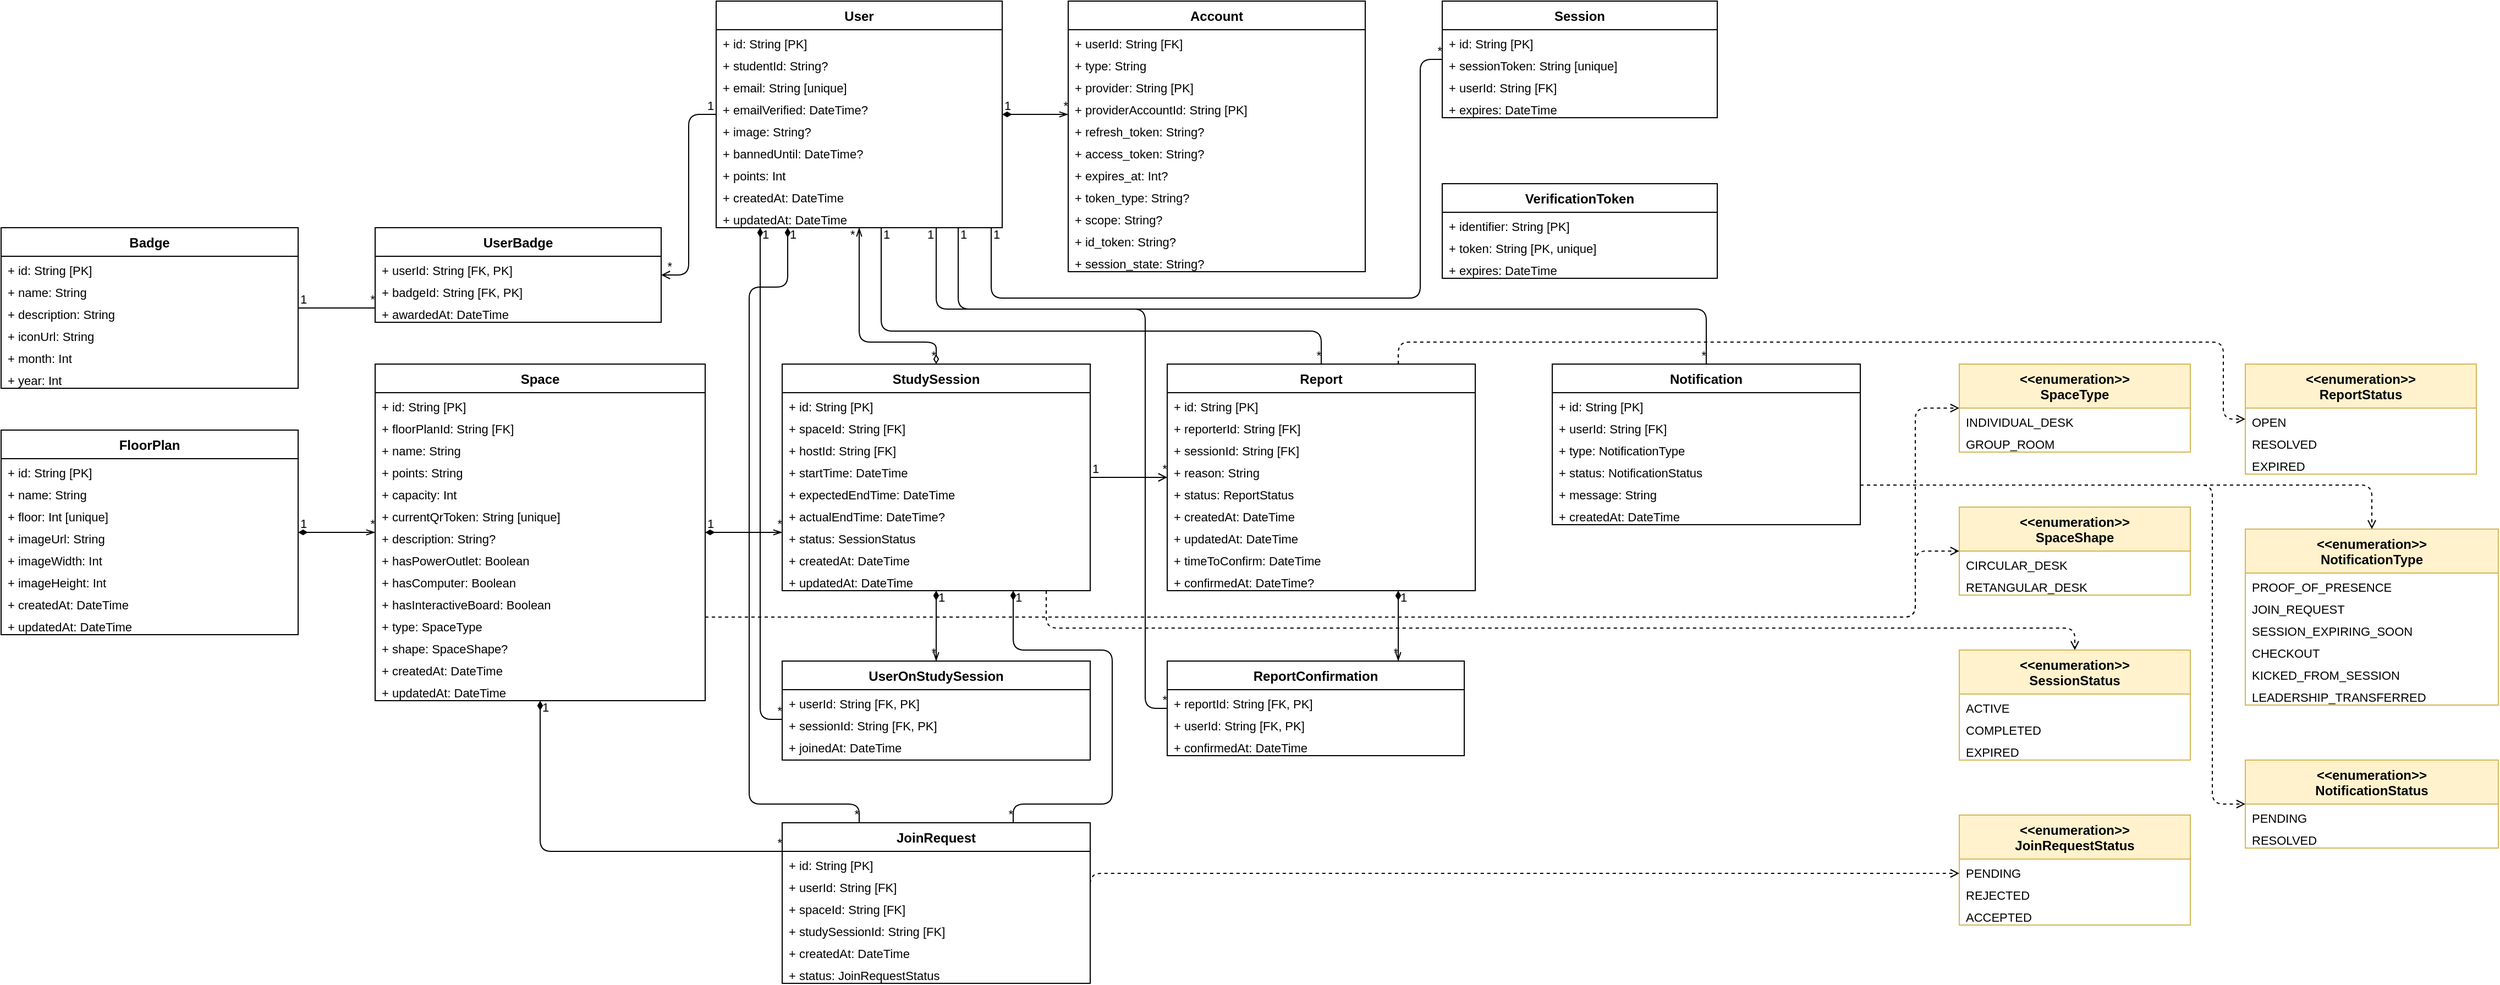
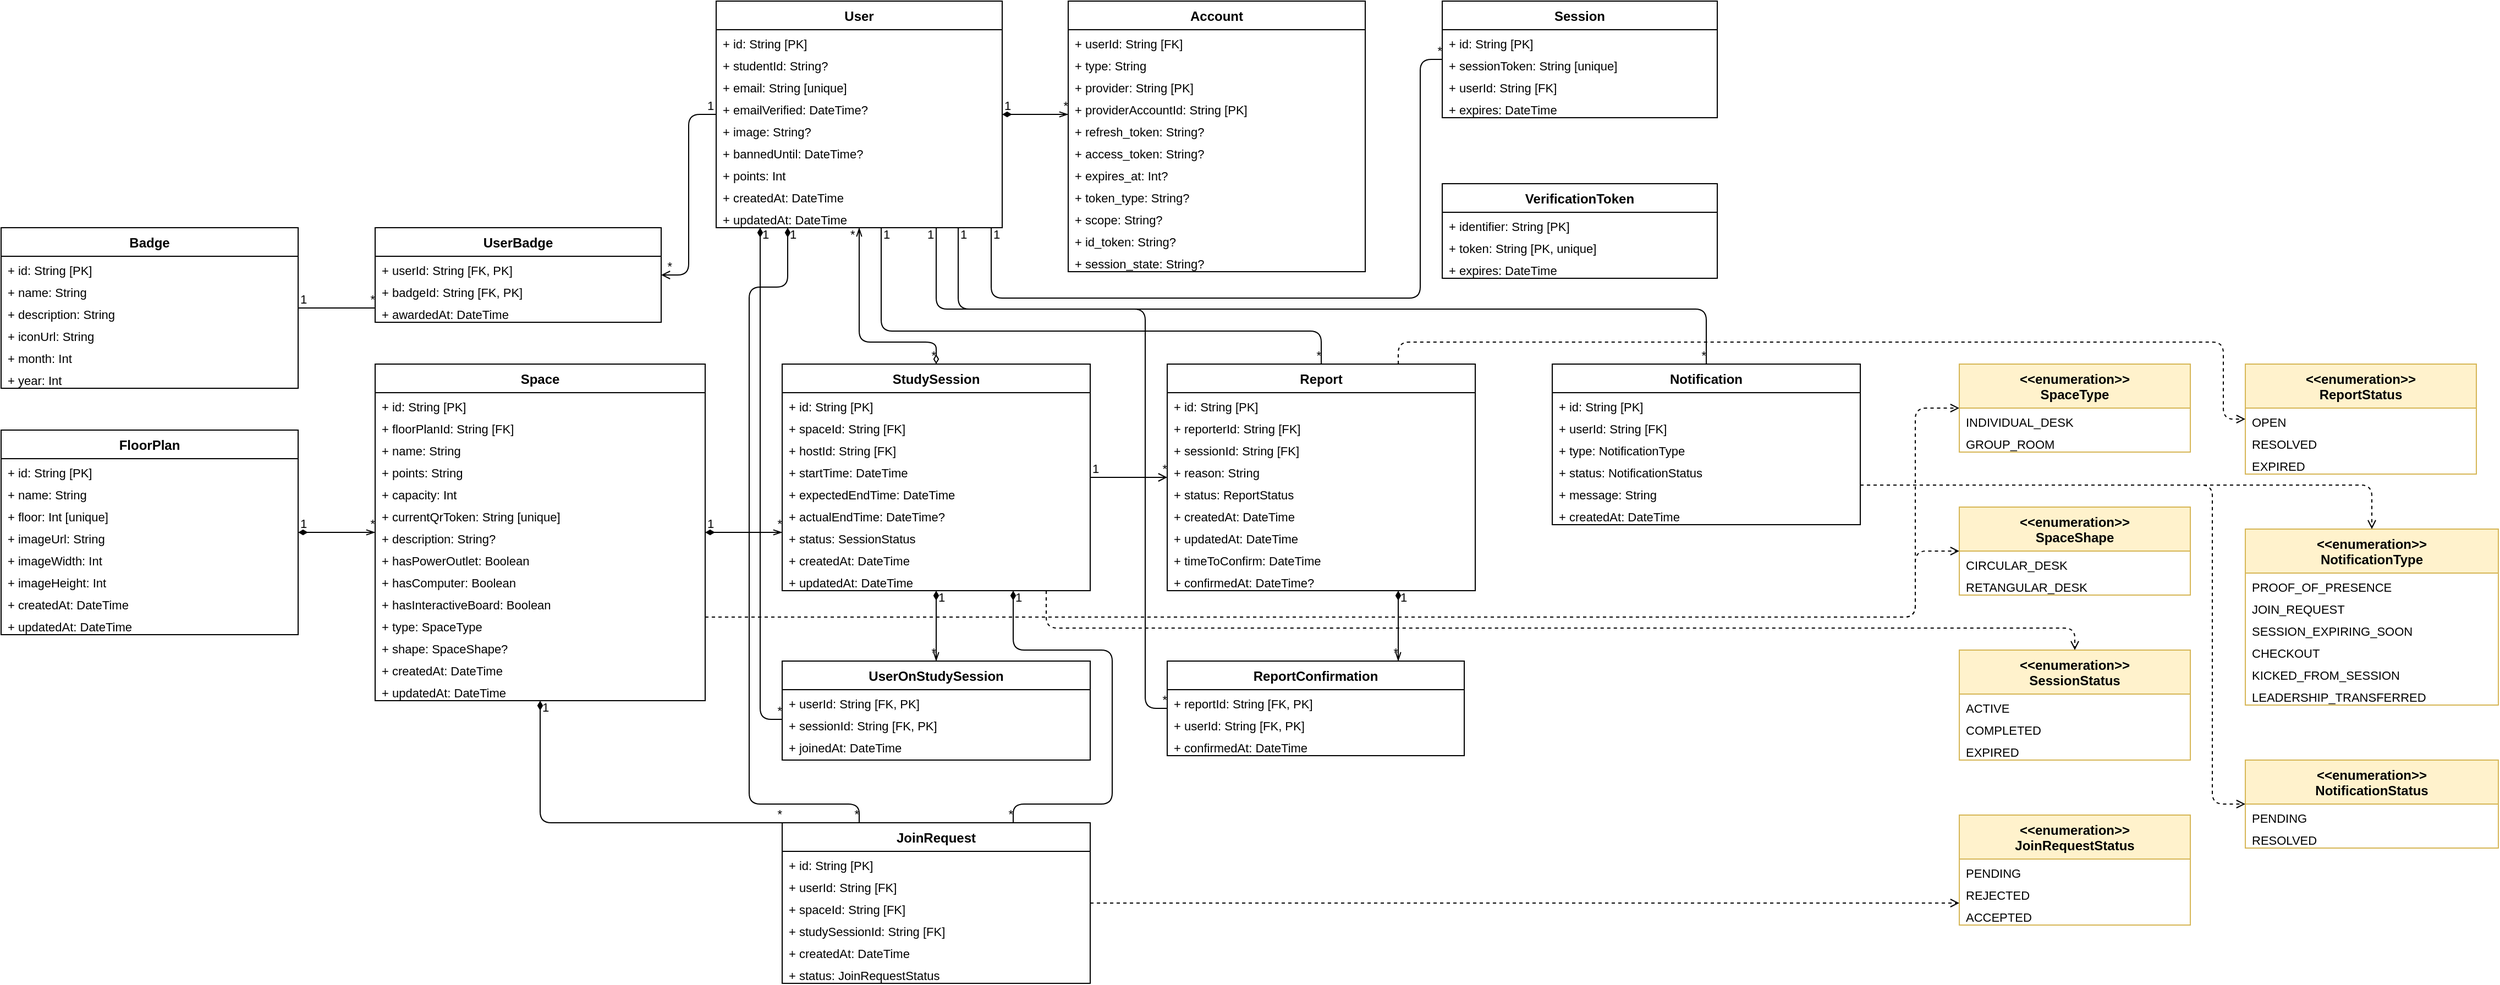
<mxfile host="65bd71144e">
    <diagram id="DdnBWMuHCvRa-rjZU-N_" name="Page-1">
-         <mxGraphModel dx="1542" dy="691" grid="1" gridSize="10" guides="1" tooltips="1" connect="1" arrows="1" fold="1" page="1" pageScale="1" pageWidth="2339" pageHeight="1654" math="0" shadow="0">
+         <mxGraphModel dx="1468" dy="691" grid="1" gridSize="10" guides="1" tooltips="1" connect="1" arrows="1" fold="1" page="1" pageScale="1" pageWidth="2339" pageHeight="1654" math="0" shadow="0">
            <root>
                <mxCell id="0"/>
                <mxCell id="1" parent="0"/>
                <mxCell id="768" value="User" style="swimlane;fontStyle=1;align=center;startSize=26;" parent="1" vertex="1">
                    <mxGeometry x="720" y="70" width="260" height="206" as="geometry"/>
                </mxCell>
                <mxCell id="769" value="+ id: String [PK]" style="text;strokeColor=none;fillColor=none;align=left;spacingLeft=4;fontSize=11;" parent="768" vertex="1">
                    <mxGeometry y="26" width="260" height="20" as="geometry"/>
                </mxCell>
                <mxCell id="770" value="+ studentId: String?" style="text;strokeColor=none;fillColor=none;align=left;spacingLeft=4;fontSize=11;" parent="768" vertex="1">
                    <mxGeometry y="46" width="260" height="20" as="geometry"/>
                </mxCell>
                <mxCell id="771" value="+ email: String [unique]" style="text;strokeColor=none;fillColor=none;align=left;spacingLeft=4;fontSize=11;" parent="768" vertex="1">
                    <mxGeometry y="66" width="260" height="20" as="geometry"/>
                </mxCell>
                <mxCell id="772" value="+ emailVerified: DateTime?" style="text;strokeColor=none;fillColor=none;align=left;spacingLeft=4;fontSize=11;" parent="768" vertex="1">
                    <mxGeometry y="86" width="260" height="20" as="geometry"/>
                </mxCell>
                <mxCell id="773" value="+ image: String?" style="text;strokeColor=none;fillColor=none;align=left;spacingLeft=4;fontSize=11;" parent="768" vertex="1">
                    <mxGeometry y="106" width="260" height="20" as="geometry"/>
                </mxCell>
                <mxCell id="774" value="+ bannedUntil: DateTime?" style="text;strokeColor=none;fillColor=none;align=left;spacingLeft=4;fontSize=11;" parent="768" vertex="1">
                    <mxGeometry y="126" width="260" height="20" as="geometry"/>
                </mxCell>
                <mxCell id="775" value="+ points: Int" style="text;strokeColor=none;fillColor=none;align=left;spacingLeft=4;fontSize=11;" parent="768" vertex="1">
                    <mxGeometry y="146" width="260" height="20" as="geometry"/>
                </mxCell>
                <mxCell id="776" value="+ createdAt: DateTime" style="text;strokeColor=none;fillColor=none;align=left;spacingLeft=4;fontSize=11;" parent="768" vertex="1">
                    <mxGeometry y="166" width="260" height="20" as="geometry"/>
                </mxCell>
                <mxCell id="777" value="+ updatedAt: DateTime" style="text;strokeColor=none;fillColor=none;align=left;spacingLeft=4;fontSize=11;" parent="768" vertex="1">
                    <mxGeometry y="186" width="260" height="20" as="geometry"/>
                </mxCell>
                <mxCell id="778" value="Account" style="swimlane;fontStyle=1;align=center;startSize=26;" parent="1" vertex="1">
                    <mxGeometry x="1040" y="70" width="270" height="246" as="geometry"/>
                </mxCell>
                <mxCell id="779" value="+ userId: String [FK]" style="text;strokeColor=none;fillColor=none;align=left;spacingLeft=4;fontSize=11;" parent="778" vertex="1">
                    <mxGeometry y="26" width="270" height="20" as="geometry"/>
                </mxCell>
                <mxCell id="780" value="+ type: String" style="text;strokeColor=none;fillColor=none;align=left;spacingLeft=4;fontSize=11;" parent="778" vertex="1">
                    <mxGeometry y="46" width="270" height="20" as="geometry"/>
                </mxCell>
                <mxCell id="781" value="+ provider: String [PK]" style="text;strokeColor=none;fillColor=none;align=left;spacingLeft=4;fontSize=11;" parent="778" vertex="1">
                    <mxGeometry y="66" width="270" height="20" as="geometry"/>
                </mxCell>
                <mxCell id="782" value="+ providerAccountId: String [PK]" style="text;strokeColor=none;fillColor=none;align=left;spacingLeft=4;fontSize=11;" parent="778" vertex="1">
                    <mxGeometry y="86" width="270" height="20" as="geometry"/>
                </mxCell>
                <mxCell id="783" value="+ refresh_token: String?" style="text;strokeColor=none;fillColor=none;align=left;spacingLeft=4;fontSize=11;" parent="778" vertex="1">
                    <mxGeometry y="106" width="270" height="20" as="geometry"/>
                </mxCell>
                <mxCell id="784" value="+ access_token: String?" style="text;strokeColor=none;fillColor=none;align=left;spacingLeft=4;fontSize=11;" parent="778" vertex="1">
                    <mxGeometry y="126" width="270" height="20" as="geometry"/>
                </mxCell>
                <mxCell id="785" value="+ expires_at: Int?" style="text;strokeColor=none;fillColor=none;align=left;spacingLeft=4;fontSize=11;" parent="778" vertex="1">
                    <mxGeometry y="146" width="270" height="20" as="geometry"/>
                </mxCell>
                <mxCell id="786" value="+ token_type: String?" style="text;strokeColor=none;fillColor=none;align=left;spacingLeft=4;fontSize=11;" parent="778" vertex="1">
                    <mxGeometry y="166" width="270" height="20" as="geometry"/>
                </mxCell>
                <mxCell id="787" value="+ scope: String?" style="text;strokeColor=none;fillColor=none;align=left;spacingLeft=4;fontSize=11;" parent="778" vertex="1">
                    <mxGeometry y="186" width="270" height="20" as="geometry"/>
                </mxCell>
                <mxCell id="788" value="+ id_token: String?" style="text;strokeColor=none;fillColor=none;align=left;spacingLeft=4;fontSize=11;" parent="778" vertex="1">
                    <mxGeometry y="206" width="270" height="20" as="geometry"/>
                </mxCell>
                <mxCell id="789" value="+ session_state: String?" style="text;strokeColor=none;fillColor=none;align=left;spacingLeft=4;fontSize=11;" parent="778" vertex="1">
                    <mxGeometry y="226" width="270" height="20" as="geometry"/>
                </mxCell>
                <mxCell id="790" value="Session" style="swimlane;fontStyle=1;align=center;startSize=26;" parent="1" vertex="1">
                    <mxGeometry x="1380" y="70" width="250" height="106" as="geometry"/>
                </mxCell>
                <mxCell id="791" value="+ id: String [PK]" style="text;strokeColor=none;fillColor=none;align=left;spacingLeft=4;fontSize=11;" parent="790" vertex="1">
                    <mxGeometry y="26" width="250" height="20" as="geometry"/>
                </mxCell>
                <mxCell id="792" value="+ sessionToken: String [unique]" style="text;strokeColor=none;fillColor=none;align=left;spacingLeft=4;fontSize=11;" parent="790" vertex="1">
                    <mxGeometry y="46" width="250" height="20" as="geometry"/>
                </mxCell>
                <mxCell id="793" value="+ userId: String [FK]" style="text;strokeColor=none;fillColor=none;align=left;spacingLeft=4;fontSize=11;" parent="790" vertex="1">
                    <mxGeometry y="66" width="250" height="20" as="geometry"/>
                </mxCell>
                <mxCell id="794" value="+ expires: DateTime" style="text;strokeColor=none;fillColor=none;align=left;spacingLeft=4;fontSize=11;" parent="790" vertex="1">
                    <mxGeometry y="86" width="250" height="20" as="geometry"/>
                </mxCell>
                <mxCell id="795" value="VerificationToken" style="swimlane;fontStyle=1;align=center;startSize=26;" parent="1" vertex="1">
                    <mxGeometry x="1380" y="236" width="250" height="86" as="geometry"/>
                </mxCell>
                <mxCell id="796" value="+ identifier: String [PK]" style="text;strokeColor=none;fillColor=none;align=left;spacingLeft=4;fontSize=11;" parent="795" vertex="1">
                    <mxGeometry y="26" width="250" height="20" as="geometry"/>
                </mxCell>
                <mxCell id="797" value="+ token: String [PK, unique]" style="text;strokeColor=none;fillColor=none;align=left;spacingLeft=4;fontSize=11;" parent="795" vertex="1">
                    <mxGeometry y="46" width="250" height="20" as="geometry"/>
                </mxCell>
                <mxCell id="798" value="+ expires: DateTime" style="text;strokeColor=none;fillColor=none;align=left;spacingLeft=4;fontSize=11;" parent="795" vertex="1">
                    <mxGeometry y="66" width="250" height="20" as="geometry"/>
                </mxCell>
                <mxCell id="799" value="FloorPlan" style="swimlane;fontStyle=1;align=center;startSize=26;" parent="1" vertex="1">
                    <mxGeometry x="70" y="460" width="270" height="186" as="geometry"/>
                </mxCell>
                <mxCell id="800" value="+ id: String [PK]" style="text;strokeColor=none;fillColor=none;align=left;spacingLeft=4;fontSize=11;" parent="799" vertex="1">
                    <mxGeometry y="26" width="270" height="20" as="geometry"/>
                </mxCell>
                <mxCell id="801" value="+ name: String" style="text;strokeColor=none;fillColor=none;align=left;spacingLeft=4;fontSize=11;" parent="799" vertex="1">
                    <mxGeometry y="46" width="270" height="20" as="geometry"/>
                </mxCell>
                <mxCell id="802" value="+ floor: Int [unique]" style="text;strokeColor=none;fillColor=none;align=left;spacingLeft=4;fontSize=11;" parent="799" vertex="1">
                    <mxGeometry y="66" width="270" height="20" as="geometry"/>
                </mxCell>
                <mxCell id="803" value="+ imageUrl: String" style="text;strokeColor=none;fillColor=none;align=left;spacingLeft=4;fontSize=11;" parent="799" vertex="1">
                    <mxGeometry y="86" width="270" height="20" as="geometry"/>
                </mxCell>
                <mxCell id="804" value="+ imageWidth: Int" style="text;strokeColor=none;fillColor=none;align=left;spacingLeft=4;fontSize=11;" parent="799" vertex="1">
                    <mxGeometry y="106" width="270" height="20" as="geometry"/>
                </mxCell>
                <mxCell id="805" value="+ imageHeight: Int" style="text;strokeColor=none;fillColor=none;align=left;spacingLeft=4;fontSize=11;" parent="799" vertex="1">
                    <mxGeometry y="126" width="270" height="20" as="geometry"/>
                </mxCell>
                <mxCell id="806" value="+ createdAt: DateTime" style="text;strokeColor=none;fillColor=none;align=left;spacingLeft=4;fontSize=11;" parent="799" vertex="1">
                    <mxGeometry y="146" width="270" height="20" as="geometry"/>
                </mxCell>
                <mxCell id="807" value="+ updatedAt: DateTime" style="text;strokeColor=none;fillColor=none;align=left;spacingLeft=4;fontSize=11;" parent="799" vertex="1">
                    <mxGeometry y="166" width="270" height="20" as="geometry"/>
                </mxCell>
                <mxCell id="808" value="Space" style="swimlane;fontStyle=1;align=center;startSize=26;" parent="1" vertex="1">
                    <mxGeometry x="410" y="400" width="300" height="306" as="geometry"/>
                </mxCell>
                <mxCell id="809" value="+ id: String [PK]" style="text;strokeColor=none;fillColor=none;align=left;spacingLeft=4;fontSize=11;" parent="808" vertex="1">
                    <mxGeometry y="26" width="300" height="20" as="geometry"/>
                </mxCell>
                <mxCell id="810" value="+ floorPlanId: String [FK]" style="text;strokeColor=none;fillColor=none;align=left;spacingLeft=4;fontSize=11;" parent="808" vertex="1">
                    <mxGeometry y="46" width="300" height="20" as="geometry"/>
                </mxCell>
                <mxCell id="811" value="+ name: String" style="text;strokeColor=none;fillColor=none;align=left;spacingLeft=4;fontSize=11;" parent="808" vertex="1">
                    <mxGeometry y="66" width="300" height="20" as="geometry"/>
                </mxCell>
                <mxCell id="812" value="+ points: String" style="text;strokeColor=none;fillColor=none;align=left;spacingLeft=4;fontSize=11;" parent="808" vertex="1">
                    <mxGeometry y="86" width="300" height="20" as="geometry"/>
                </mxCell>
                <mxCell id="813" value="+ capacity: Int" style="text;strokeColor=none;fillColor=none;align=left;spacingLeft=4;fontSize=11;" parent="808" vertex="1">
                    <mxGeometry y="106" width="300" height="20" as="geometry"/>
                </mxCell>
                <mxCell id="814" value="+ currentQrToken: String [unique]" style="text;strokeColor=none;fillColor=none;align=left;spacingLeft=4;fontSize=11;" parent="808" vertex="1">
                    <mxGeometry y="126" width="300" height="20" as="geometry"/>
                </mxCell>
                <mxCell id="815" value="+ description: String?" style="text;strokeColor=none;fillColor=none;align=left;spacingLeft=4;fontSize=11;" parent="808" vertex="1">
                    <mxGeometry y="146" width="300" height="20" as="geometry"/>
                </mxCell>
                <mxCell id="816" value="+ hasPowerOutlet: Boolean" style="text;strokeColor=none;fillColor=none;align=left;spacingLeft=4;fontSize=11;" parent="808" vertex="1">
                    <mxGeometry y="166" width="300" height="20" as="geometry"/>
                </mxCell>
                <mxCell id="817" value="+ hasComputer: Boolean" style="text;strokeColor=none;fillColor=none;align=left;spacingLeft=4;fontSize=11;" parent="808" vertex="1">
                    <mxGeometry y="186" width="300" height="20" as="geometry"/>
                </mxCell>
                <mxCell id="818" value="+ hasInteractiveBoard: Boolean" style="text;strokeColor=none;fillColor=none;align=left;spacingLeft=4;fontSize=11;" parent="808" vertex="1">
                    <mxGeometry y="206" width="300" height="20" as="geometry"/>
                </mxCell>
                <mxCell id="819" value="+ type: SpaceType" style="text;strokeColor=none;fillColor=none;align=left;spacingLeft=4;fontSize=11;" parent="808" vertex="1">
                    <mxGeometry y="226" width="300" height="20" as="geometry"/>
                </mxCell>
                <mxCell id="820" value="+ shape: SpaceShape?" style="text;strokeColor=none;fillColor=none;align=left;spacingLeft=4;fontSize=11;" parent="808" vertex="1">
                    <mxGeometry y="246" width="300" height="20" as="geometry"/>
                </mxCell>
                <mxCell id="821" value="+ createdAt: DateTime" style="text;strokeColor=none;fillColor=none;align=left;spacingLeft=4;fontSize=11;" parent="808" vertex="1">
                    <mxGeometry y="266" width="300" height="20" as="geometry"/>
                </mxCell>
                <mxCell id="822" value="+ updatedAt: DateTime" style="text;strokeColor=none;fillColor=none;align=left;spacingLeft=4;fontSize=11;" parent="808" vertex="1">
                    <mxGeometry y="286" width="300" height="20" as="geometry"/>
                </mxCell>
                <mxCell id="823" value="StudySession" style="swimlane;fontStyle=1;align=center;startSize=26;" parent="1" vertex="1">
                    <mxGeometry x="780" y="400" width="280" height="206" as="geometry"/>
                </mxCell>
                <mxCell id="824" value="+ id: String [PK]" style="text;strokeColor=none;fillColor=none;align=left;spacingLeft=4;fontSize=11;" parent="823" vertex="1">
                    <mxGeometry y="26" width="280" height="20" as="geometry"/>
                </mxCell>
                <mxCell id="825" value="+ spaceId: String [FK]" style="text;strokeColor=none;fillColor=none;align=left;spacingLeft=4;fontSize=11;" parent="823" vertex="1">
                    <mxGeometry y="46" width="280" height="20" as="geometry"/>
                </mxCell>
                <mxCell id="826" value="+ hostId: String [FK]" style="text;strokeColor=none;fillColor=none;align=left;spacingLeft=4;fontSize=11;" parent="823" vertex="1">
                    <mxGeometry y="66" width="280" height="20" as="geometry"/>
                </mxCell>
                <mxCell id="827" value="+ startTime: DateTime" style="text;strokeColor=none;fillColor=none;align=left;spacingLeft=4;fontSize=11;" parent="823" vertex="1">
                    <mxGeometry y="86" width="280" height="20" as="geometry"/>
                </mxCell>
                <mxCell id="828" value="+ expectedEndTime: DateTime" style="text;strokeColor=none;fillColor=none;align=left;spacingLeft=4;fontSize=11;" parent="823" vertex="1">
                    <mxGeometry y="106" width="280" height="20" as="geometry"/>
                </mxCell>
                <mxCell id="829" value="+ actualEndTime: DateTime?" style="text;strokeColor=none;fillColor=none;align=left;spacingLeft=4;fontSize=11;" parent="823" vertex="1">
                    <mxGeometry y="126" width="280" height="20" as="geometry"/>
                </mxCell>
                <mxCell id="830" value="+ status: SessionStatus" style="text;strokeColor=none;fillColor=none;align=left;spacingLeft=4;fontSize=11;" parent="823" vertex="1">
                    <mxGeometry y="146" width="280" height="20" as="geometry"/>
                </mxCell>
                <mxCell id="831" value="+ createdAt: DateTime" style="text;strokeColor=none;fillColor=none;align=left;spacingLeft=4;fontSize=11;" parent="823" vertex="1">
                    <mxGeometry y="166" width="280" height="20" as="geometry"/>
                </mxCell>
                <mxCell id="832" value="+ updatedAt: DateTime" style="text;strokeColor=none;fillColor=none;align=left;spacingLeft=4;fontSize=11;" parent="823" vertex="1">
                    <mxGeometry y="186" width="280" height="20" as="geometry"/>
                </mxCell>
                <mxCell id="833" value="UserOnStudySession" style="swimlane;fontStyle=1;align=center;startSize=26;" parent="1" vertex="1">
                    <mxGeometry x="780" y="670" width="280" height="90" as="geometry"/>
                </mxCell>
                <mxCell id="834" value="+ userId: String [FK, PK]" style="text;strokeColor=none;fillColor=none;align=left;spacingLeft=4;fontSize=11;" parent="833" vertex="1">
                    <mxGeometry y="26" width="280" height="20" as="geometry"/>
                </mxCell>
                <mxCell id="835" value="+ sessionId: String [FK, PK]" style="text;strokeColor=none;fillColor=none;align=left;spacingLeft=4;fontSize=11;" parent="833" vertex="1">
                    <mxGeometry y="46" width="280" height="20" as="geometry"/>
                </mxCell>
                <mxCell id="837" value="+ joinedAt: DateTime" style="text;strokeColor=none;fillColor=none;align=left;spacingLeft=4;fontSize=11;" parent="833" vertex="1">
                    <mxGeometry y="66" width="280" height="20" as="geometry"/>
                </mxCell>
                <mxCell id="838" value="Report" style="swimlane;fontStyle=1;align=center;startSize=26;" parent="1" vertex="1">
                    <mxGeometry x="1130" y="400" width="280" height="206" as="geometry"/>
                </mxCell>
                <mxCell id="839" value="+ id: String [PK]" style="text;strokeColor=none;fillColor=none;align=left;spacingLeft=4;fontSize=11;" parent="838" vertex="1">
                    <mxGeometry y="26" width="280" height="20" as="geometry"/>
                </mxCell>
                <mxCell id="840" value="+ reporterId: String [FK]" style="text;strokeColor=none;fillColor=none;align=left;spacingLeft=4;fontSize=11;" parent="838" vertex="1">
                    <mxGeometry y="46" width="280" height="20" as="geometry"/>
                </mxCell>
                <mxCell id="841" value="+ sessionId: String [FK]" style="text;strokeColor=none;fillColor=none;align=left;spacingLeft=4;fontSize=11;" parent="838" vertex="1">
                    <mxGeometry y="66" width="280" height="20" as="geometry"/>
                </mxCell>
                <mxCell id="842" value="+ reason: String" style="text;strokeColor=none;fillColor=none;align=left;spacingLeft=4;fontSize=11;" parent="838" vertex="1">
                    <mxGeometry y="86" width="280" height="20" as="geometry"/>
                </mxCell>
                <mxCell id="843" value="+ status: ReportStatus" style="text;strokeColor=none;fillColor=none;align=left;spacingLeft=4;fontSize=11;" parent="838" vertex="1">
                    <mxGeometry y="106" width="280" height="20" as="geometry"/>
                </mxCell>
                <mxCell id="844" value="+ createdAt: DateTime" style="text;strokeColor=none;fillColor=none;align=left;spacingLeft=4;fontSize=11;" parent="838" vertex="1">
                    <mxGeometry y="126" width="280" height="20" as="geometry"/>
                </mxCell>
                <mxCell id="845" value="+ updatedAt: DateTime" style="text;strokeColor=none;fillColor=none;align=left;spacingLeft=4;fontSize=11;" parent="838" vertex="1">
                    <mxGeometry y="146" width="280" height="20" as="geometry"/>
                </mxCell>
                <mxCell id="846" value="+ timeToConfirm: DateTime" style="text;strokeColor=none;fillColor=none;align=left;spacingLeft=4;fontSize=11;" parent="838" vertex="1">
                    <mxGeometry y="166" width="280" height="20" as="geometry"/>
                </mxCell>
                <mxCell id="847" value="+ confirmedAt: DateTime?" style="text;strokeColor=none;fillColor=none;align=left;spacingLeft=4;fontSize=11;" parent="838" vertex="1">
                    <mxGeometry y="186" width="280" height="20" as="geometry"/>
                </mxCell>
                <mxCell id="848" value="ReportConfirmation" style="swimlane;fontStyle=1;align=center;startSize=26;" parent="1" vertex="1">
                    <mxGeometry x="1130" y="670" width="270" height="86" as="geometry"/>
                </mxCell>
                <mxCell id="849" value="+ reportId: String [FK, PK]" style="text;strokeColor=none;fillColor=none;align=left;spacingLeft=4;fontSize=11;" parent="848" vertex="1">
                    <mxGeometry y="26" width="270" height="20" as="geometry"/>
                </mxCell>
                <mxCell id="850" value="+ userId: String [FK, PK]" style="text;strokeColor=none;fillColor=none;align=left;spacingLeft=4;fontSize=11;" parent="848" vertex="1">
                    <mxGeometry y="46" width="270" height="20" as="geometry"/>
                </mxCell>
                <mxCell id="851" value="+ confirmedAt: DateTime" style="text;strokeColor=none;fillColor=none;align=left;spacingLeft=4;fontSize=11;" parent="848" vertex="1">
                    <mxGeometry y="66" width="270" height="20" as="geometry"/>
                </mxCell>
                <mxCell id="852" value="Notification" style="swimlane;fontStyle=1;align=center;startSize=26;" parent="1" vertex="1">
                    <mxGeometry x="1480" y="400" width="280" height="146" as="geometry"/>
                </mxCell>
                <mxCell id="853" value="+ id: String [PK]" style="text;strokeColor=none;fillColor=none;align=left;spacingLeft=4;fontSize=11;" parent="852" vertex="1">
                    <mxGeometry y="26" width="280" height="20" as="geometry"/>
                </mxCell>
                <mxCell id="854" value="+ userId: String [FK]" style="text;strokeColor=none;fillColor=none;align=left;spacingLeft=4;fontSize=11;" parent="852" vertex="1">
                    <mxGeometry y="46" width="280" height="20" as="geometry"/>
                </mxCell>
                <mxCell id="855" value="+ type: NotificationType" style="text;strokeColor=none;fillColor=none;align=left;spacingLeft=4;fontSize=11;" parent="852" vertex="1">
                    <mxGeometry y="66" width="280" height="20" as="geometry"/>
                </mxCell>
                <mxCell id="856" value="+ status: NotificationStatus" style="text;strokeColor=none;fillColor=none;align=left;spacingLeft=4;fontSize=11;" parent="852" vertex="1">
                    <mxGeometry y="86" width="280" height="20" as="geometry"/>
                </mxCell>
                <mxCell id="857" value="+ message: String" style="text;strokeColor=none;fillColor=none;align=left;spacingLeft=4;fontSize=11;" parent="852" vertex="1">
                    <mxGeometry y="106" width="280" height="20" as="geometry"/>
                </mxCell>
                <mxCell id="858" value="+ createdAt: DateTime" style="text;strokeColor=none;fillColor=none;align=left;spacingLeft=4;fontSize=11;" parent="852" vertex="1">
                    <mxGeometry y="126" width="280" height="20" as="geometry"/>
                </mxCell>
                <mxCell id="859" value="Badge" style="swimlane;fontStyle=1;align=center;startSize=26;" parent="1" vertex="1">
                    <mxGeometry x="70" y="276" width="270" height="146" as="geometry"/>
                </mxCell>
                <mxCell id="860" value="+ id: String [PK]" style="text;strokeColor=none;fillColor=none;align=left;spacingLeft=4;fontSize=11;" parent="859" vertex="1">
                    <mxGeometry y="26" width="270" height="20" as="geometry"/>
                </mxCell>
                <mxCell id="861" value="+ name: String" style="text;strokeColor=none;fillColor=none;align=left;spacingLeft=4;fontSize=11;" parent="859" vertex="1">
                    <mxGeometry y="46" width="270" height="20" as="geometry"/>
                </mxCell>
                <mxCell id="862" value="+ description: String" style="text;strokeColor=none;fillColor=none;align=left;spacingLeft=4;fontSize=11;" parent="859" vertex="1">
                    <mxGeometry y="66" width="270" height="20" as="geometry"/>
                </mxCell>
                <mxCell id="863" value="+ iconUrl: String" style="text;strokeColor=none;fillColor=none;align=left;spacingLeft=4;fontSize=11;" parent="859" vertex="1">
                    <mxGeometry y="86" width="270" height="20" as="geometry"/>
                </mxCell>
                <mxCell id="864" value="+ month: Int" style="text;strokeColor=none;fillColor=none;align=left;spacingLeft=4;fontSize=11;" parent="859" vertex="1">
                    <mxGeometry y="106" width="270" height="20" as="geometry"/>
                </mxCell>
                <mxCell id="865" value="+ year: Int" style="text;strokeColor=none;fillColor=none;align=left;spacingLeft=4;fontSize=11;" parent="859" vertex="1">
                    <mxGeometry y="126" width="270" height="20" as="geometry"/>
                </mxCell>
                <mxCell id="866" value="UserBadge" style="swimlane;fontStyle=1;align=center;startSize=26;" parent="1" vertex="1">
                    <mxGeometry x="410" y="276" width="260" height="86" as="geometry"/>
                </mxCell>
                <mxCell id="867" value="+ userId: String [FK, PK]" style="text;strokeColor=none;fillColor=none;align=left;spacingLeft=4;fontSize=11;" parent="866" vertex="1">
                    <mxGeometry y="26" width="260" height="20" as="geometry"/>
                </mxCell>
                <mxCell id="868" value="+ badgeId: String [FK, PK]" style="text;strokeColor=none;fillColor=none;align=left;spacingLeft=4;fontSize=11;" parent="866" vertex="1">
                    <mxGeometry y="46" width="260" height="20" as="geometry"/>
                </mxCell>
                <mxCell id="869" value="+ awardedAt: DateTime" style="text;strokeColor=none;fillColor=none;align=left;spacingLeft=4;fontSize=11;" parent="866" vertex="1">
                    <mxGeometry y="66" width="260" height="20" as="geometry"/>
                </mxCell>
                <mxCell id="870" value="&lt;&lt;enumeration&gt;&gt;&#xa;SpaceType" style="swimlane;fontStyle=1;align=center;startSize=40;fillColor=#fff2cc;strokeColor=#d6b656;" parent="1" vertex="1">
                    <mxGeometry x="1850" y="400" width="210" height="80" as="geometry"/>
                </mxCell>
                <mxCell id="871" value="INDIVIDUAL_DESK" style="text;strokeColor=none;fillColor=none;align=left;spacingLeft=4;fontSize=11;" parent="870" vertex="1">
                    <mxGeometry y="40" width="210" height="20" as="geometry"/>
                </mxCell>
                <mxCell id="872" value="GROUP_ROOM" style="text;strokeColor=none;fillColor=none;align=left;spacingLeft=4;fontSize=11;" parent="870" vertex="1">
                    <mxGeometry y="60" width="210" height="20" as="geometry"/>
                </mxCell>
                <mxCell id="873" value="&lt;&lt;enumeration&gt;&gt;&#xa;SpaceShape" style="swimlane;fontStyle=1;align=center;startSize=40;fillColor=#fff2cc;strokeColor=#d6b656;" parent="1" vertex="1">
                    <mxGeometry x="1850" y="530" width="210" height="80" as="geometry"/>
                </mxCell>
                <mxCell id="874" value="CIRCULAR_DESK" style="text;strokeColor=none;fillColor=none;align=left;spacingLeft=4;fontSize=11;" parent="873" vertex="1">
                    <mxGeometry y="40" width="210" height="20" as="geometry"/>
                </mxCell>
                <mxCell id="875" value="RETANGULAR_DESK" style="text;strokeColor=none;fillColor=none;align=left;spacingLeft=4;fontSize=11;" parent="873" vertex="1">
                    <mxGeometry y="60" width="210" height="20" as="geometry"/>
                </mxCell>
                <mxCell id="876" value="&lt;&lt;enumeration&gt;&gt;&#xa;SessionStatus" style="swimlane;fontStyle=1;align=center;startSize=40;fillColor=#fff2cc;strokeColor=#d6b656;" parent="1" vertex="1">
                    <mxGeometry x="1850" y="660" width="210" height="100" as="geometry"/>
                </mxCell>
                <mxCell id="877" value="ACTIVE" style="text;strokeColor=none;fillColor=none;align=left;spacingLeft=4;fontSize=11;" parent="876" vertex="1">
                    <mxGeometry y="40" width="210" height="20" as="geometry"/>
                </mxCell>
                <mxCell id="878" value="COMPLETED" style="text;strokeColor=none;fillColor=none;align=left;spacingLeft=4;fontSize=11;" parent="876" vertex="1">
                    <mxGeometry y="60" width="210" height="20" as="geometry"/>
                </mxCell>
                <mxCell id="879" value="EXPIRED" style="text;strokeColor=none;fillColor=none;align=left;spacingLeft=4;fontSize=11;" parent="876" vertex="1">
                    <mxGeometry y="80" width="210" height="20" as="geometry"/>
                </mxCell>
                <mxCell id="880" value="&lt;&lt;enumeration&gt;&gt;&#xa;JoinRequestStatus" style="swimlane;fontStyle=1;align=center;startSize=40;fillColor=#fff2cc;strokeColor=#d6b656;" parent="1" vertex="1">
                    <mxGeometry x="1850" y="810" width="210" height="100" as="geometry"/>
                </mxCell>
                <mxCell id="883" value="REJECTED" style="text;strokeColor=none;fillColor=none;align=left;spacingLeft=4;fontSize=11;" parent="880" vertex="1">
                    <mxGeometry y="60" width="210" height="20" as="geometry"/>
                </mxCell>
                <mxCell id="882" value="PENDING" style="text;strokeColor=none;fillColor=none;align=left;spacingLeft=4;fontSize=11;" parent="880" vertex="1">
                    <mxGeometry y="40" width="210" height="20" as="geometry"/>
                </mxCell>
                <mxCell id="881" value="ACCEPTED" style="text;strokeColor=none;fillColor=none;align=left;spacingLeft=4;fontSize=11;" parent="880" vertex="1">
                    <mxGeometry y="80" width="210" height="20" as="geometry"/>
                </mxCell>
                <mxCell id="884" value="&lt;&lt;enumeration&gt;&gt;&#xa;ReportStatus" style="swimlane;fontStyle=1;align=center;startSize=40;fillColor=#fff2cc;strokeColor=#d6b656;" parent="1" vertex="1">
                    <mxGeometry x="2110" y="400" width="210" height="100" as="geometry"/>
                </mxCell>
                <mxCell id="885" value="OPEN" style="text;strokeColor=none;fillColor=none;align=left;spacingLeft=4;fontSize=11;" parent="884" vertex="1">
                    <mxGeometry y="40" width="210" height="20" as="geometry"/>
                </mxCell>
                <mxCell id="886" value="RESOLVED" style="text;strokeColor=none;fillColor=none;align=left;spacingLeft=4;fontSize=11;" parent="884" vertex="1">
                    <mxGeometry y="60" width="210" height="20" as="geometry"/>
                </mxCell>
                <mxCell id="887" value="EXPIRED" style="text;strokeColor=none;fillColor=none;align=left;spacingLeft=4;fontSize=11;" parent="884" vertex="1">
                    <mxGeometry y="80" width="210" height="20" as="geometry"/>
                </mxCell>
                <mxCell id="888" value="&lt;&lt;enumeration&gt;&gt;&#xa;NotificationType" style="swimlane;fontStyle=1;align=center;startSize=40;fillColor=#fff2cc;strokeColor=#d6b656;" parent="1" vertex="1">
                    <mxGeometry x="2110" y="550" width="230" height="160" as="geometry"/>
                </mxCell>
                <mxCell id="889" value="PROOF_OF_PRESENCE" style="text;strokeColor=none;fillColor=none;align=left;spacingLeft=4;fontSize=11;" parent="888" vertex="1">
                    <mxGeometry y="40" width="230" height="20" as="geometry"/>
                </mxCell>
                <mxCell id="890" value="JOIN_REQUEST" style="text;strokeColor=none;fillColor=none;align=left;spacingLeft=4;fontSize=11;" parent="888" vertex="1">
                    <mxGeometry y="60" width="230" height="20" as="geometry"/>
                </mxCell>
                <mxCell id="891" value="SESSION_EXPIRING_SOON" style="text;strokeColor=none;fillColor=none;align=left;spacingLeft=4;fontSize=11;" parent="888" vertex="1">
                    <mxGeometry y="80" width="230" height="20" as="geometry"/>
                </mxCell>
                <mxCell id="892" value="CHECKOUT" style="text;strokeColor=none;fillColor=none;align=left;spacingLeft=4;fontSize=11;" parent="888" vertex="1">
                    <mxGeometry y="100" width="230" height="20" as="geometry"/>
                </mxCell>
                <mxCell id="893" value="KICKED_FROM_SESSION" style="text;strokeColor=none;fillColor=none;align=left;spacingLeft=4;fontSize=11;" parent="888" vertex="1">
                    <mxGeometry y="120" width="230" height="20" as="geometry"/>
                </mxCell>
                <mxCell id="894" value="LEADERSHIP_TRANSFERRED" style="text;strokeColor=none;fillColor=none;align=left;spacingLeft=4;fontSize=11;" parent="888" vertex="1">
                    <mxGeometry y="140" width="230" height="20" as="geometry"/>
                </mxCell>
                <mxCell id="895" value="&lt;&lt;enumeration&gt;&gt;&#xa;NotificationStatus" style="swimlane;fontStyle=1;align=center;startSize=40;fillColor=#fff2cc;strokeColor=#d6b656;" parent="1" vertex="1">
                    <mxGeometry x="2110" y="760" width="230" height="80" as="geometry"/>
                </mxCell>
                <mxCell id="896" value="PENDING" style="text;strokeColor=none;fillColor=none;align=left;spacingLeft=4;fontSize=11;" parent="895" vertex="1">
                    <mxGeometry y="40" width="230" height="20" as="geometry"/>
                </mxCell>
                <mxCell id="897" value="RESOLVED" style="text;strokeColor=none;fillColor=none;align=left;spacingLeft=4;fontSize=11;" parent="895" vertex="1">
                    <mxGeometry y="60" width="230" height="20" as="geometry"/>
                </mxCell>
                <mxCell id="898" value="" style="edgeStyle=orthogonalEdgeStyle;endArrow=openThin;endFill=0;startArrow=diamondThin;startFill=1;" parent="1" source="768" target="778" edge="1">
                    <mxGeometry relative="1" as="geometry">
                        <Array as="points">
                            <mxPoint x="980" y="170"/>
                            <mxPoint x="980" y="170"/>
                        </Array>
                    </mxGeometry>
                </mxCell>
                <mxCell id="899" value="1" style="resizable=0;html=1;align=left;verticalAlign=bottom;labelBackgroundColor=none;fontSize=11;" parent="898" connectable="0" vertex="1">
                    <mxGeometry x="-1" relative="1" as="geometry">
                        <mxPoint as="offset"/>
                    </mxGeometry>
                </mxCell>
                <mxCell id="900" value="*" style="resizable=0;html=1;align=right;verticalAlign=bottom;labelBackgroundColor=none;fontSize=11;" parent="898" connectable="0" vertex="1">
                    <mxGeometry x="1" relative="1" as="geometry">
                        <mxPoint as="offset"/>
                    </mxGeometry>
                </mxCell>
                <mxCell id="901" value="" style="edgeStyle=orthogonalEdgeStyle;endArrow=none;endFill=0;startArrow=none;startFill=0;" parent="1" source="768" target="790" edge="1">
                    <mxGeometry relative="1" as="geometry">
                        <Array as="points">
                            <mxPoint x="970" y="340"/>
                            <mxPoint x="1360" y="340"/>
                            <mxPoint x="1360" y="123"/>
                        </Array>
                    </mxGeometry>
                </mxCell>
                <mxCell id="902" value="1" style="resizable=0;html=1;align=left;verticalAlign=bottom;labelBackgroundColor=none;fontSize=11;" parent="901" connectable="0" vertex="1">
                    <mxGeometry x="-1" relative="1" as="geometry">
                        <mxPoint y="14" as="offset"/>
                    </mxGeometry>
                </mxCell>
                <mxCell id="903" value="*" style="resizable=0;html=1;align=right;verticalAlign=bottom;labelBackgroundColor=none;fontSize=11;" parent="901" connectable="0" vertex="1">
                    <mxGeometry x="1" relative="1" as="geometry">
                        <mxPoint as="offset"/>
                    </mxGeometry>
                </mxCell>
                <mxCell id="904" value="" style="edgeStyle=orthogonalEdgeStyle;endArrow=openThin;endFill=0;startArrow=diamondThin;startFill=1;" parent="1" source="799" target="808" edge="1">
                    <mxGeometry relative="1" as="geometry"/>
                </mxCell>
                <mxCell id="905" value="1" style="resizable=0;html=1;align=left;verticalAlign=bottom;labelBackgroundColor=none;fontSize=11;" parent="904" connectable="0" vertex="1">
                    <mxGeometry x="-1" relative="1" as="geometry">
                        <mxPoint as="offset"/>
                    </mxGeometry>
                </mxCell>
                <mxCell id="906" value="*" style="resizable=0;html=1;align=right;verticalAlign=bottom;labelBackgroundColor=none;fontSize=11;" parent="904" connectable="0" vertex="1">
                    <mxGeometry x="1" relative="1" as="geometry">
                        <mxPoint as="offset"/>
                    </mxGeometry>
                </mxCell>
                <mxCell id="907" value="" style="edgeStyle=orthogonalEdgeStyle;endArrow=openThin;endFill=0;startArrow=diamondThin;startFill=1;" parent="1" source="808" target="823" edge="1">
                    <mxGeometry relative="1" as="geometry">
                        <Array as="points">
                            <mxPoint x="760" y="553"/>
                            <mxPoint x="760" y="553"/>
                        </Array>
                    </mxGeometry>
                </mxCell>
                <mxCell id="908" value="1" style="resizable=0;html=1;align=left;verticalAlign=bottom;labelBackgroundColor=none;fontSize=11;" parent="907" connectable="0" vertex="1">
                    <mxGeometry x="-1" relative="1" as="geometry">
                        <mxPoint as="offset"/>
                    </mxGeometry>
                </mxCell>
                <mxCell id="909" value="*" style="resizable=0;html=1;align=right;verticalAlign=bottom;labelBackgroundColor=none;fontSize=11;" parent="907" connectable="0" vertex="1">
                    <mxGeometry x="1" relative="1" as="geometry">
                        <mxPoint as="offset"/>
                    </mxGeometry>
                </mxCell>
                <mxCell id="910" value="" style="edgeStyle=orthogonalEdgeStyle;endArrow=diamondThin;endFill=0;startArrow=openThin;startFill=0;" parent="1" source="768" target="823" edge="1">
                    <mxGeometry relative="1" as="geometry">
                        <Array as="points">
                            <mxPoint x="850" y="380"/>
                            <mxPoint x="920" y="380"/>
                        </Array>
                    </mxGeometry>
                </mxCell>
                <mxCell id="911" value="*" style="resizable=0;html=1;align=left;verticalAlign=bottom;labelBackgroundColor=none;fontSize=11;" parent="910" connectable="0" vertex="1">
                    <mxGeometry x="-1" relative="1" as="geometry">
                        <mxPoint x="-10" y="14" as="offset"/>
                    </mxGeometry>
                </mxCell>
                <mxCell id="912" value="*" style="resizable=0;html=1;align=right;verticalAlign=bottom;labelBackgroundColor=none;fontSize=11;" parent="910" connectable="0" vertex="1">
                    <mxGeometry x="1" relative="1" as="geometry">
                        <mxPoint as="offset"/>
                    </mxGeometry>
                </mxCell>
                <mxCell id="913" value="" style="edgeStyle=orthogonalEdgeStyle;endArrow=openThin;endFill=0;startArrow=diamondThin;startFill=1;" parent="1" source="823" target="833" edge="1">
                    <mxGeometry relative="1" as="geometry"/>
                </mxCell>
                <mxCell id="914" value="1" style="resizable=0;html=1;align=left;verticalAlign=bottom;labelBackgroundColor=none;fontSize=11;" parent="913" connectable="0" vertex="1">
                    <mxGeometry x="-1" relative="1" as="geometry">
                        <mxPoint y="14" as="offset"/>
                    </mxGeometry>
                </mxCell>
                <mxCell id="915" value="*" style="resizable=0;html=1;align=right;verticalAlign=bottom;labelBackgroundColor=none;fontSize=11;" parent="913" connectable="0" vertex="1">
                    <mxGeometry x="1" relative="1" as="geometry">
                        <mxPoint as="offset"/>
                    </mxGeometry>
                </mxCell>
                <mxCell id="916" value="" style="edgeStyle=orthogonalEdgeStyle;endArrow=none;endFill=0;startArrow=diamondThin;startFill=1;" parent="1" source="768" target="833" edge="1">
                    <mxGeometry relative="1" as="geometry">
                        <Array as="points">
                            <mxPoint x="760" y="723"/>
                        </Array>
                    </mxGeometry>
                </mxCell>
                <mxCell id="917" value="1" style="resizable=0;html=1;align=left;verticalAlign=bottom;labelBackgroundColor=none;fontSize=11;" parent="916" connectable="0" vertex="1">
                    <mxGeometry x="-1" relative="1" as="geometry">
                        <mxPoint y="14" as="offset"/>
                    </mxGeometry>
                </mxCell>
                <mxCell id="918" value="*" style="resizable=0;html=1;align=right;verticalAlign=bottom;labelBackgroundColor=none;fontSize=11;" parent="916" connectable="0" vertex="1">
                    <mxGeometry x="1" relative="1" as="geometry">
                        <mxPoint as="offset"/>
                    </mxGeometry>
                </mxCell>
                <mxCell id="919" value="" style="edgeStyle=orthogonalEdgeStyle;endArrow=open;endFill=0;" parent="1" source="823" target="838" edge="1">
                    <mxGeometry relative="1" as="geometry"/>
                </mxCell>
                <mxCell id="920" value="1" style="resizable=0;html=1;align=left;verticalAlign=bottom;labelBackgroundColor=none;fontSize=11;" parent="919" connectable="0" vertex="1">
                    <mxGeometry x="-1" relative="1" as="geometry">
                        <mxPoint as="offset"/>
                    </mxGeometry>
                </mxCell>
                <mxCell id="921" value="*" style="resizable=0;html=1;align=right;verticalAlign=bottom;labelBackgroundColor=none;fontSize=11;" parent="919" connectable="0" vertex="1">
                    <mxGeometry x="1" relative="1" as="geometry">
                        <mxPoint as="offset"/>
                    </mxGeometry>
                </mxCell>
                <mxCell id="922" value="" style="edgeStyle=orthogonalEdgeStyle;endArrow=none;endFill=0;" parent="1" source="768" target="838" edge="1">
                    <mxGeometry x="0.0008" relative="1" as="geometry">
                        <Array as="points">
                            <mxPoint x="870" y="370"/>
                            <mxPoint x="1270" y="370"/>
                        </Array>
                        <mxPoint as="offset"/>
                    </mxGeometry>
                </mxCell>
                <mxCell id="923" value="1" style="resizable=0;html=1;align=left;verticalAlign=bottom;labelBackgroundColor=none;fontSize=11;" parent="922" connectable="0" vertex="1">
                    <mxGeometry x="-1" relative="1" as="geometry">
                        <mxPoint y="14" as="offset"/>
                    </mxGeometry>
                </mxCell>
                <mxCell id="924" value="*" style="resizable=0;html=1;align=right;verticalAlign=bottom;labelBackgroundColor=none;fontSize=11;" parent="922" connectable="0" vertex="1">
                    <mxGeometry x="1" relative="1" as="geometry">
                        <mxPoint as="offset"/>
                    </mxGeometry>
                </mxCell>
                <mxCell id="925" value="" style="edgeStyle=orthogonalEdgeStyle;endArrow=openThin;endFill=0;exitX=0.75;exitY=1;exitDx=0;exitDy=0;startArrow=diamondThin;startFill=1;" parent="1" source="847" edge="1">
                    <mxGeometry relative="1" as="geometry">
                        <Array as="points">
                            <mxPoint x="1340" y="670"/>
                        </Array>
                        <mxPoint x="1340" y="670" as="targetPoint"/>
                    </mxGeometry>
                </mxCell>
                <mxCell id="926" value="1" style="resizable=0;html=1;align=left;verticalAlign=bottom;labelBackgroundColor=none;fontSize=11;" parent="925" connectable="0" vertex="1">
                    <mxGeometry x="-1" relative="1" as="geometry">
                        <mxPoint y="14" as="offset"/>
                    </mxGeometry>
                </mxCell>
                <mxCell id="927" value="*" style="resizable=0;html=1;align=right;verticalAlign=bottom;labelBackgroundColor=none;fontSize=11;" parent="925" connectable="0" vertex="1">
                    <mxGeometry x="1" relative="1" as="geometry">
                        <mxPoint as="offset"/>
                    </mxGeometry>
                </mxCell>
                <mxCell id="928" value="" style="edgeStyle=orthogonalEdgeStyle;endArrow=none;endFill=0;" parent="1" source="768" target="848" edge="1">
                    <mxGeometry relative="1" as="geometry">
                        <Array as="points">
                            <mxPoint x="940" y="350"/>
                            <mxPoint x="1110" y="350"/>
                            <mxPoint x="1110" y="713"/>
                        </Array>
                    </mxGeometry>
                </mxCell>
                <mxCell id="929" value="1" style="resizable=0;html=1;align=left;verticalAlign=bottom;labelBackgroundColor=none;fontSize=11;" parent="928" connectable="0" vertex="1">
                    <mxGeometry x="-1" relative="1" as="geometry">
                        <mxPoint y="14" as="offset"/>
                    </mxGeometry>
                </mxCell>
                <mxCell id="930" value="*" style="resizable=0;html=1;align=right;verticalAlign=bottom;labelBackgroundColor=none;fontSize=11;" parent="928" connectable="0" vertex="1">
                    <mxGeometry x="1" relative="1" as="geometry">
                        <mxPoint as="offset"/>
                    </mxGeometry>
                </mxCell>
                <mxCell id="931" value="" style="edgeStyle=orthogonalEdgeStyle;endArrow=none;endFill=0;" parent="1" source="768" target="852" edge="1">
                    <mxGeometry relative="1" as="geometry">
                        <Array as="points">
                            <mxPoint x="920" y="350"/>
                            <mxPoint x="1620" y="350"/>
                        </Array>
                    </mxGeometry>
                </mxCell>
                <mxCell id="932" value="1" style="resizable=0;html=1;align=left;verticalAlign=bottom;labelBackgroundColor=none;fontSize=11;" parent="931" connectable="0" vertex="1">
                    <mxGeometry x="-1" relative="1" as="geometry">
                        <mxPoint x="-10" y="14" as="offset"/>
                    </mxGeometry>
                </mxCell>
                <mxCell id="933" value="*" style="resizable=0;html=1;align=right;verticalAlign=bottom;labelBackgroundColor=none;fontSize=11;" parent="931" connectable="0" vertex="1">
                    <mxGeometry x="1" relative="1" as="geometry">
                        <mxPoint as="offset"/>
                    </mxGeometry>
                </mxCell>
                <mxCell id="934" value="" style="edgeStyle=orthogonalEdgeStyle;endArrow=open;endFill=0;" parent="1" source="768" target="866" edge="1">
                    <mxGeometry relative="1" as="geometry"/>
                </mxCell>
                <mxCell id="935" value="1" style="resizable=0;html=1;align=left;verticalAlign=bottom;labelBackgroundColor=none;fontSize=11;" parent="934" connectable="0" vertex="1">
                    <mxGeometry x="-1" relative="1" as="geometry">
                        <mxPoint x="-10" as="offset"/>
                    </mxGeometry>
                </mxCell>
                <mxCell id="936" value="*" style="resizable=0;html=1;align=right;verticalAlign=bottom;labelBackgroundColor=none;fontSize=11;" parent="934" connectable="0" vertex="1">
                    <mxGeometry x="1" relative="1" as="geometry">
                        <mxPoint x="10" as="offset"/>
                    </mxGeometry>
                </mxCell>
                <mxCell id="937" value="" style="edgeStyle=orthogonalEdgeStyle;endArrow=none;endFill=0;" parent="1" source="859" target="866" edge="1">
                    <mxGeometry relative="1" as="geometry">
                        <Array as="points">
                            <mxPoint x="205" y="320"/>
                        </Array>
                    </mxGeometry>
                </mxCell>
                <mxCell id="938" value="1" style="resizable=0;html=1;align=left;verticalAlign=bottom;labelBackgroundColor=none;fontSize=11;" parent="937" connectable="0" vertex="1">
                    <mxGeometry x="-1" relative="1" as="geometry">
                        <mxPoint as="offset"/>
                    </mxGeometry>
                </mxCell>
                <mxCell id="939" value="*" style="resizable=0;html=1;align=right;verticalAlign=bottom;labelBackgroundColor=none;fontSize=11;" parent="937" connectable="0" vertex="1">
                    <mxGeometry x="1" relative="1" as="geometry">
                        <mxPoint as="offset"/>
                    </mxGeometry>
                </mxCell>
                <mxCell id="940" value="" style="edgeStyle=orthogonalEdgeStyle;dashed=1;endArrow=open;endFill=0;" parent="1" source="808" target="870" edge="1">
                    <mxGeometry relative="1" as="geometry">
                        <Array as="points">
                            <mxPoint x="1810" y="630"/>
                            <mxPoint x="1810" y="440"/>
                        </Array>
                    </mxGeometry>
                </mxCell>
                <mxCell id="941" value="" style="edgeStyle=orthogonalEdgeStyle;dashed=1;endArrow=open;endFill=0;" parent="1" source="808" target="873" edge="1">
                    <mxGeometry relative="1" as="geometry">
                        <Array as="points">
                            <mxPoint x="1810" y="630"/>
                            <mxPoint x="1810" y="570"/>
                        </Array>
                    </mxGeometry>
                </mxCell>
                <mxCell id="942" value="" style="edgeStyle=orthogonalEdgeStyle;dashed=1;endArrow=open;endFill=0;" parent="1" source="823" target="876" edge="1">
                    <mxGeometry relative="1" as="geometry">
                        <Array as="points">
                            <mxPoint x="1020" y="640"/>
                            <mxPoint x="1955" y="640"/>
                        </Array>
                    </mxGeometry>
                </mxCell>
                <mxCell id="943" value="" style="edgeStyle=orthogonalEdgeStyle;dashed=1;endArrow=open;endFill=0;exitX=1;exitY=0.5;exitDx=0;exitDy=0;" parent="1" source="947" target="880" edge="1">
                    <mxGeometry relative="1" as="geometry">
                        <Array as="points">
-                             <mxPoint x="1060" y="863"/>
+                             <mxPoint x="1450" y="890"/>
+                             <mxPoint x="1450" y="890"/>
                        </Array>
                        <mxPoint x="1090" y="880" as="sourcePoint"/>
                    </mxGeometry>
                </mxCell>
                <mxCell id="944" value="" style="edgeStyle=orthogonalEdgeStyle;dashed=1;endArrow=open;endFill=0;exitX=0.75;exitY=0;exitDx=0;exitDy=0;" parent="1" source="838" target="884" edge="1">
                    <mxGeometry relative="1" as="geometry">
                        <Array as="points">
                            <mxPoint x="1340" y="380"/>
                            <mxPoint x="2090" y="380"/>
                            <mxPoint x="2090" y="450"/>
                        </Array>
                    </mxGeometry>
                </mxCell>
                <mxCell id="945" value="" style="edgeStyle=orthogonalEdgeStyle;dashed=1;endArrow=open;endFill=0;" parent="1" source="852" target="888" edge="1">
                    <mxGeometry relative="1" as="geometry">
                        <Array as="points">
                            <mxPoint x="2225" y="510"/>
                        </Array>
                    </mxGeometry>
                </mxCell>
                <mxCell id="946" value="" style="edgeStyle=orthogonalEdgeStyle;dashed=1;endArrow=open;endFill=0;" parent="1" source="852" target="895" edge="1">
                    <mxGeometry relative="1" as="geometry">
                        <Array as="points">
                            <mxPoint x="2080" y="510"/>
                            <mxPoint x="2080" y="800"/>
                        </Array>
                    </mxGeometry>
                </mxCell>
                <mxCell id="947" value="JoinRequest" style="swimlane;fontStyle=1;align=center;startSize=26;" vertex="1" parent="1">
                    <mxGeometry x="780" y="817" width="280" height="146" as="geometry"/>
                </mxCell>
                <mxCell id="948" value="+ id: String [PK]" style="text;strokeColor=none;fillColor=none;align=left;spacingLeft=4;fontSize=11;" vertex="1" parent="947">
                    <mxGeometry y="26" width="260" height="20" as="geometry"/>
                </mxCell>
                <mxCell id="949" value="+ userId: String [FK]" style="text;strokeColor=none;fillColor=none;align=left;spacingLeft=4;fontSize=11;" vertex="1" parent="947">
                    <mxGeometry y="46" width="260" height="20" as="geometry"/>
                </mxCell>
                <mxCell id="950" value="+ spaceId: String [FK]" style="text;strokeColor=none;fillColor=none;align=left;spacingLeft=4;fontSize=11;" vertex="1" parent="947">
                    <mxGeometry y="66" width="260" height="20" as="geometry"/>
                </mxCell>
                <mxCell id="951" value="+ studySessionId: String [FK]" style="text;strokeColor=none;fillColor=none;align=left;spacingLeft=4;fontSize=11;" vertex="1" parent="947">
                    <mxGeometry y="86" width="260" height="20" as="geometry"/>
                </mxCell>
                <mxCell id="952" value="+ createdAt: DateTime" style="text;strokeColor=none;fillColor=none;align=left;spacingLeft=4;fontSize=11;" vertex="1" parent="947">
                    <mxGeometry y="106" width="260" height="20" as="geometry"/>
                </mxCell>
                <mxCell id="953" value="+ status: JoinRequestStatus" style="text;strokeColor=none;fillColor=none;align=left;spacingLeft=4;fontSize=11;" vertex="1" parent="947">
                    <mxGeometry y="126" width="260" height="20" as="geometry"/>
                </mxCell>
                <mxCell id="958" value="" style="edgeStyle=orthogonalEdgeStyle;endArrow=none;endFill=0;startArrow=diamondThin;startFill=1;entryX=0.25;entryY=0;entryDx=0;entryDy=0;exitX=0.25;exitY=1;exitDx=0;exitDy=0;" edge="1" parent="1" source="777" target="947">
                    <mxGeometry relative="1" as="geometry">
                        <Array as="points">
                            <mxPoint x="785" y="330"/>
                            <mxPoint x="750" y="330"/>
                            <mxPoint x="750" y="800"/>
                            <mxPoint x="850" y="800"/>
                        </Array>
                        <mxPoint x="780" y="270" as="sourcePoint"/>
                        <mxPoint x="790" y="733" as="targetPoint"/>
                    </mxGeometry>
                </mxCell>
                <mxCell id="959" value="1" style="resizable=0;html=1;align=left;verticalAlign=bottom;labelBackgroundColor=none;fontSize=11;" connectable="0" vertex="1" parent="958">
                    <mxGeometry x="-1" relative="1" as="geometry">
                        <mxPoint y="14" as="offset"/>
                    </mxGeometry>
                </mxCell>
                <mxCell id="960" value="*" style="resizable=0;html=1;align=right;verticalAlign=bottom;labelBackgroundColor=none;fontSize=11;" connectable="0" vertex="1" parent="958">
                    <mxGeometry x="1" relative="1" as="geometry">
                        <mxPoint as="offset"/>
                    </mxGeometry>
                </mxCell>
                <mxCell id="961" value="" style="edgeStyle=orthogonalEdgeStyle;endArrow=none;endFill=0;startArrow=diamondThin;startFill=1;entryX=0.75;entryY=0;entryDx=0;entryDy=0;exitX=0.75;exitY=1;exitDx=0;exitDy=0;" edge="1" parent="1" source="832" target="947">
                    <mxGeometry relative="1" as="geometry">
                        <Array as="points">
                            <mxPoint x="990" y="660"/>
                            <mxPoint x="1080" y="660"/>
                            <mxPoint x="1080" y="800"/>
                            <mxPoint x="990" y="800"/>
                        </Array>
                        <mxPoint x="795" y="286" as="sourcePoint"/>
                        <mxPoint x="860" y="827" as="targetPoint"/>
                    </mxGeometry>
                </mxCell>
                <mxCell id="962" value="1" style="resizable=0;html=1;align=left;verticalAlign=bottom;labelBackgroundColor=none;fontSize=11;" connectable="0" vertex="1" parent="961">
                    <mxGeometry x="-1" relative="1" as="geometry">
                        <mxPoint y="14" as="offset"/>
                    </mxGeometry>
                </mxCell>
                <mxCell id="963" value="*" style="resizable=0;html=1;align=right;verticalAlign=bottom;labelBackgroundColor=none;fontSize=11;" connectable="0" vertex="1" parent="961">
                    <mxGeometry x="1" relative="1" as="geometry">
                        <mxPoint as="offset"/>
                    </mxGeometry>
                </mxCell>
-                 <mxCell id="965" value="" style="edgeStyle=orthogonalEdgeStyle;endArrow=none;endFill=0;startArrow=diamondThin;startFill=1;entryX=0;entryY=0;entryDx=0;entryDy=0;exitX=0.5;exitY=1;exitDx=0;exitDy=0;" edge="1" parent="1" source="822" target="948">
-                     <mxGeometry relative="1" as="geometry">
-                         <Array as="points">
-                             <mxPoint x="560" y="843"/>
+                 <mxCell id="965" value="" style="edgeStyle=orthogonalEdgeStyle;endArrow=none;endFill=0;startArrow=diamondThin;startFill=1;entryX=0;entryY=0;entryDx=0;entryDy=0;exitX=0.5;exitY=1;exitDx=0;exitDy=0;" edge="1" parent="1" source="822" target="947">
+                     <mxGeometry relative="1" as="geometry">
+                         <Array as="points">
+                             <mxPoint x="560" y="817"/>
                        </Array>
                        <mxPoint x="795" y="286" as="sourcePoint"/>
                        <mxPoint x="860" y="827" as="targetPoint"/>
                    </mxGeometry>
                </mxCell>
                <mxCell id="966" value="1" style="resizable=0;html=1;align=left;verticalAlign=bottom;labelBackgroundColor=none;fontSize=11;" connectable="0" vertex="1" parent="965">
                    <mxGeometry x="-1" relative="1" as="geometry">
                        <mxPoint y="14" as="offset"/>
                    </mxGeometry>
                </mxCell>
                <mxCell id="967" value="*" style="resizable=0;html=1;align=right;verticalAlign=bottom;labelBackgroundColor=none;fontSize=11;" connectable="0" vertex="1" parent="965">
                    <mxGeometry x="1" relative="1" as="geometry">
                        <mxPoint as="offset"/>
                    </mxGeometry>
                </mxCell>
            </root>
        </mxGraphModel>
    </diagram>
</mxfile>
